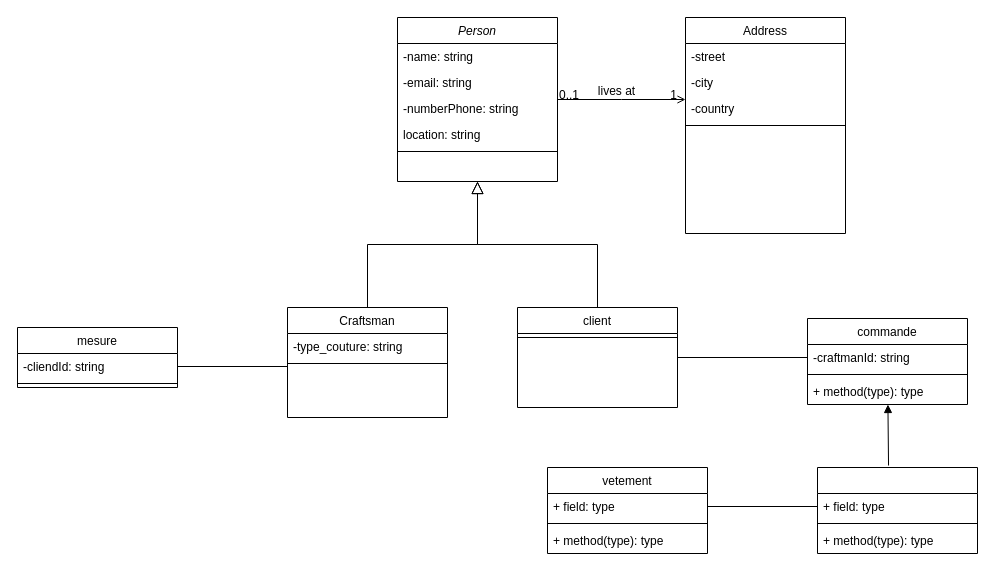
The draw.io diagram Diagramme sans nom.drawio in lebel-hounkanrin/sewing-tool-api, before the edit. Source tidied: cells renumbered, new cells numbered last; positions are measured from the earlier drawing's top-left corner, leaving out a move shared by most shapes. Both pictures are drawn from the tidied source at 100%, with x=0, y=0 at pixel (17, 17).
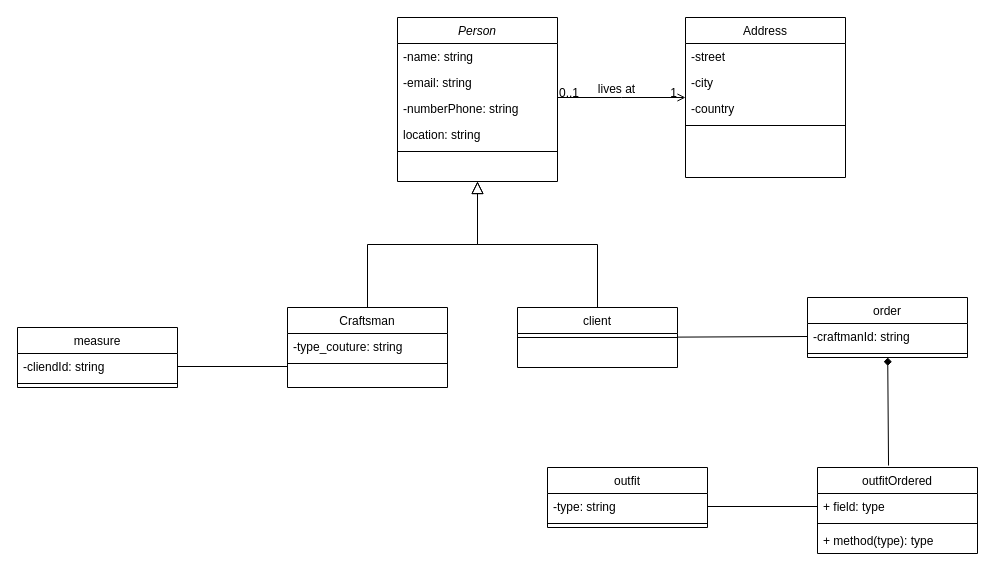
The same diagram, later.

Commit message:
feat: update class diagram

What changed in the source:
```diff
@@
     <mxCell id="8" value="Craftsman" style="swimlane;fontStyle=0;align=center;verticalAlign=top;horizontal=1;startSize=26;rounded=0;shadow=0;strokeWidth=1;" parent="1" vertex="1">
-      <mxGeometry x="270" y="290" width="160" height="110" as="geometry" />
+      <mxGeometry x="270" y="290" width="160" height="80" as="geometry" />
     </mxCell>
@@
     <mxCell id="13" value="client" style="swimlane;fontStyle=0;align=center;verticalAlign=top;horizontal=1;startSize=26;rounded=0;shadow=0;strokeWidth=1;" parent="1" vertex="1">
-      <mxGeometry x="500" y="290" width="160" height="100" as="geometry" />
+      <mxGeometry x="500" y="290" width="160" height="60" as="geometry" />
     </mxCell>
@@
     <mxCell id="16" value="Address" style="swimlane;fontStyle=0;align=center;verticalAlign=top;horizontal=1;startSize=26;rounded=0;shadow=0;strokeWidth=1;" parent="1" vertex="1">
-      <mxGeometry x="668" width="160" height="216" as="geometry" />
+      <mxGeometry x="668" width="160" height="160" as="geometry" />
     </mxCell>
@@
-    <mxCell id="25" value="mesure" style="swimlane;fontStyle=0;align=center;verticalAlign=top;horizontal=1;startSize=26;" parent="1" vertex="1">
+    <mxCell id="25" value="measure" style="swimlane;fontStyle=0;align=center;verticalAlign=top;horizontal=1;startSize=26;" parent="1" vertex="1">
       <mxGeometry y="310" width="160" height="60" as="geometry" />
     </mxCell>
@@
-    <mxCell id="29" style="edgeStyle=none;rounded=0;jettySize=auto;html=1;entryX=0.444;entryY=-0.023;entryDx=0;entryDy=0;entryPerimeter=0;startArrow=block;startFill=1;endArrow=none;endFill=0;" parent="1" edge="1" source="30" target="34">
+    <mxCell id="29" style="edgeStyle=none;rounded=0;jettySize=auto;html=1;entryX=0.444;entryY=-0.023;entryDx=0;entryDy=0;entryPerimeter=0;startArrow=diamond;startFill=1;endArrow=none;endFill=0;" parent="1" edge="1" source="30" target="34">
       <mxGeometry relative="1" as="geometry" />
     </mxCell>
-    <mxCell id="30" value="commande" style="swimlane;fontStyle=0;align=center;verticalAlign=top;horizontal=1;startSize=26;" parent="1" vertex="1">
-      <mxGeometry x="790" y="301" width="160" height="86" as="geometry" />
+    <mxCell id="30" value="order" style="swimlane;fontStyle=0;align=center;verticalAlign=top;horizontal=1;startSize=26;" parent="1" vertex="1">
+      <mxGeometry x="790" y="280" width="160" height="60" as="geometry" />
     </mxCell>
@@
-    <mxCell id="33" value="+ method(type): type" style="text;strokeColor=none;fillColor=none;align=left;verticalAlign=top;spacingLeft=4;spacingRight=4;overflow=hidden;" parent="30" vertex="1">
-      <mxGeometry y="60" width="160" height="26" as="geometry" />
-    </mxCell>
-    <mxCell id="34" style="swimlane;fontStyle=0;align=center;verticalAlign=top;horizontal=1;startSize=26;" parent="1" vertex="1">
+    <mxCell id="34" value="outfitOrdered" style="swimlane;fontStyle=0;align=center;verticalAlign=top;horizontal=1;startSize=26;" parent="1" vertex="1">
       <mxGeometry x="800" y="450" width="160" height="86" as="geometry" />
     </mxCell>
@@
-    <mxCell id="38" value="vetement" style="swimlane;fontStyle=0;align=center;verticalAlign=top;horizontal=1;startSize=26;" parent="1" vertex="1">
-      <mxGeometry x="530" y="450" width="160" height="86" as="geometry" />
+    <mxCell id="38" value="outfit" style="swimlane;fontStyle=0;align=center;verticalAlign=top;horizontal=1;startSize=26;" parent="1" vertex="1">
+      <mxGeometry x="530" y="450" width="160" height="60" as="geometry" />
     </mxCell>
-    <mxCell id="39" value="+ field: type" style="text;strokeColor=none;fillColor=none;align=left;verticalAlign=top;spacingLeft=4;spacingRight=4;overflow=hidden;points=[[0,0.5],[1,0.5]];portConstraint=eastwest;" parent="38" vertex="1">
+    <mxCell id="39" value="-type: string&#10;" style="text;strokeColor=none;fillColor=none;align=left;verticalAlign=top;spacingLeft=4;spacingRight=4;overflow=hidden;points=[[0,0.5],[1,0.5]];portConstraint=eastwest;" parent="38" vertex="1">
       <mxGeometry y="26" width="160" height="26" as="geometry" />
     </mxCell>
@@
-    <mxCell id="41" value="+ method(type): type" style="text;strokeColor=none;fillColor=none;align=left;verticalAlign=top;spacingLeft=4;spacingRight=4;overflow=hidden;" parent="38" vertex="1">
-      <mxGeometry y="60" width="160" height="26" as="geometry" />
-    </mxCell>
```
